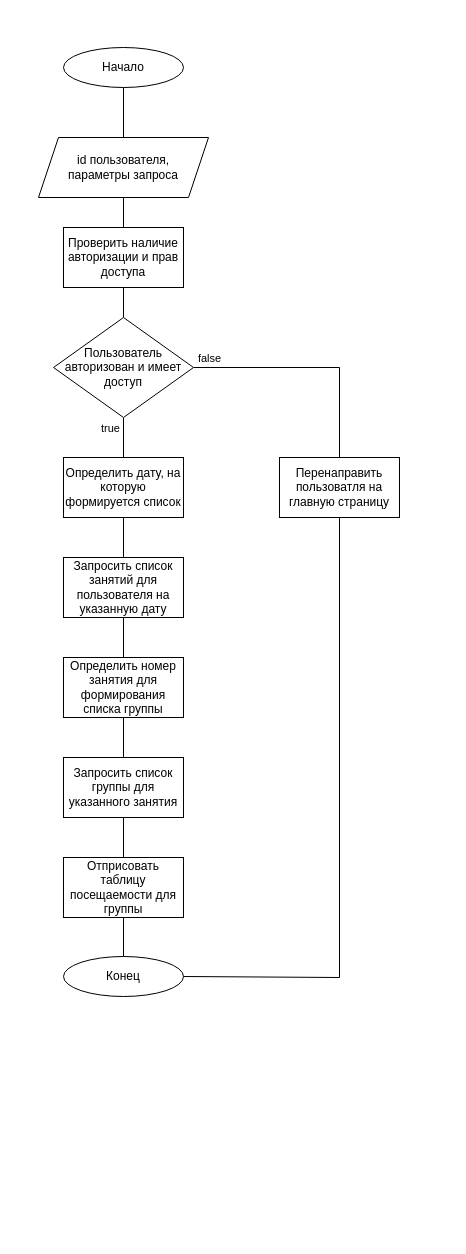
kuskas112/Labs keeps this draw.io diagram as page "index" (1 of 3) of ВКР/drawio/алгоритмы.drawio. Above is the earlier version. Source tidied: cells renumbered, new cells numbered last; positions are measured from the earlier drawing's top-left corner, leaving out a move shared by most shapes. Both pictures are drawn from the tidied source at 100%, with x=0, y=0 at pixel (38, 47).
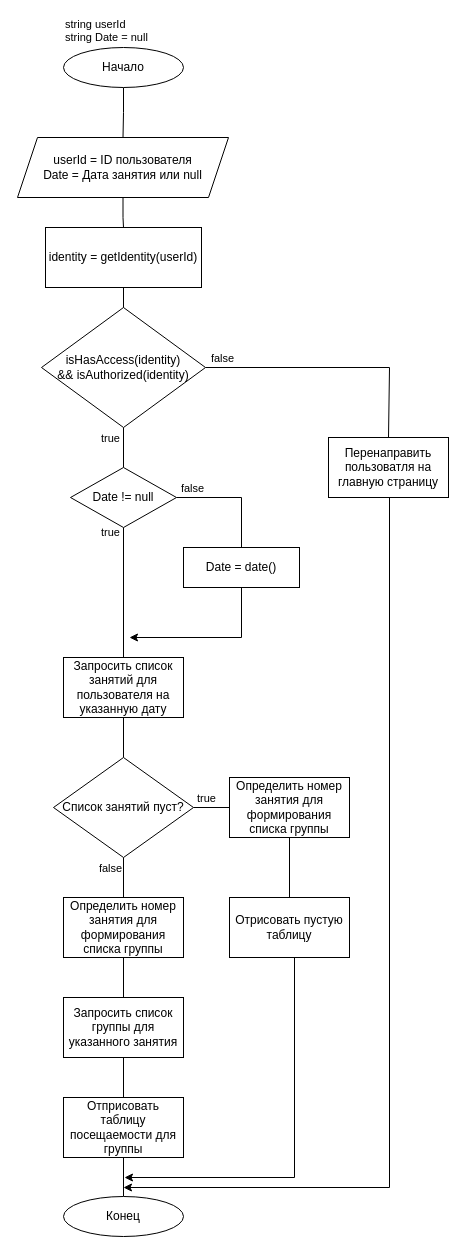
Above is the later version.

What changed in the source:
```diff
@@
-    <mxCell id="5" value="id пользователя,&lt;div&gt;параметры запроса&lt;/div&gt;" style="shape=parallelogram;perimeter=parallelogramPerimeter;whiteSpace=wrap;html=1;fixedSize=1;" parent="1" vertex="1">
-      <mxGeometry y="90" width="170" height="60" as="geometry" />
+    <mxCell id="5" value="userId = ID пользователя&lt;br&gt;Date = Дата занятия или null" style="shape=parallelogram;perimeter=parallelogramPerimeter;whiteSpace=wrap;html=1;fixedSize=1;" parent="1" vertex="1">
+      <mxGeometry x="-21" y="90" width="211" height="60" as="geometry" />
     </mxCell>
@@
-    <mxCell id="7" value="Проверить наличие авторизации и прав доступа" style="rounded=0;whiteSpace=wrap;html=1;" parent="1" vertex="1">
-      <mxGeometry x="25" y="180" width="120" height="60" as="geometry" />
+    <mxCell id="7" value="identity = getIdentity(userId)" style="rounded=0;whiteSpace=wrap;html=1;" parent="1" vertex="1">
+      <mxGeometry x="7" y="180" width="156" height="60" as="geometry" />
     </mxCell>
-    <mxCell id="8" style="edgeStyle=orthogonalEdgeStyle;rounded=0;jettySize=auto;html=1;strokeColor=default;align=center;verticalAlign=middle;fontFamily=Helvetica;fontSize=11;fontColor=default;labelBackgroundColor=default;endArrow=none;endFill=0;" parent="1" edge="1" source="9" target="11">
+    <mxCell id="8" style="edgeStyle=orthogonalEdgeStyle;rounded=0;jettySize=auto;html=1;strokeColor=default;align=center;verticalAlign=middle;fontFamily=Helvetica;fontSize=11;fontColor=default;labelBackgroundColor=default;endArrow=none;endFill=0;" parent="1" edge="1" source="39" target="11">
       <mxGeometry relative="1" as="geometry" />
     </mxCell>
-    <mxCell id="9" value="Определить дату, на которую формируется список" style="rounded=0;whiteSpace=wrap;html=1;" parent="1" vertex="1">
-      <mxGeometry x="25" y="410" width="120" height="60" as="geometry" />
-    </mxCell>
+    <mxCell id="26" value="true" style="edgeLabel;html=1;align=center;verticalAlign=middle;fontFamily=Helvetica;fontSize=11;fontColor=default;labelBackgroundColor=default;" parent="8" vertex="1">
+      <mxGeometry x="-0.74" y="-1" relative="1" as="geometry">
+        <mxPoint x="-13" y="-13" as="offset" />
+      </mxGeometry>
+    </mxCell>
-    <mxCell id="10" style="edgeStyle=orthogonalEdgeStyle;rounded=0;jettySize=auto;html=1;strokeColor=default;align=center;verticalAlign=middle;fontFamily=Helvetica;fontSize=11;fontColor=default;labelBackgroundColor=default;endArrow=none;endFill=0;" parent="1" edge="1" source="11" target="12">
+    <mxCell id="10" style="edgeStyle=orthogonalEdgeStyle;rounded=0;jettySize=auto;html=1;strokeColor=default;align=center;verticalAlign=middle;fontFamily=Helvetica;fontSize=11;fontColor=default;labelBackgroundColor=default;endArrow=none;endFill=0;" parent="1" edge="1" source="31" target="12">
       <mxGeometry relative="1" as="geometry" />
     </mxCell>
+    <mxCell id="27" value="false" style="edgeLabel;html=1;align=center;verticalAlign=middle;" parent="10" vertex="1">
+      <mxGeometry x="-0.1" y="-2" relative="1" as="geometry">
+        <mxPoint x="-12" y="-8" as="offset" />
+      </mxGeometry>
+    </mxCell>
     <mxCell id="11" value="Запросить список занятий для пользователя на указанную дату" style="rounded=0;whiteSpace=wrap;html=1;" parent="1" vertex="1">
-      <mxGeometry x="25" y="510" width="120" height="60" as="geometry" />
+      <mxGeometry x="25" y="610" width="120" height="60" as="geometry" />
     </mxCell>
     <mxCell id="12" value="Определить номер занятия для формирования списка группы" style="rounded=0;whiteSpace=wrap;html=1;" parent="1" vertex="1">
-      <mxGeometry x="25" y="610" width="120" height="60" as="geometry" />
+      <mxGeometry x="25" y="850" width="120" height="60" as="geometry" />
     </mxCell>
@@
     <mxCell id="15" value="Запросить список группы для указанного занятия" style="rounded=0;whiteSpace=wrap;html=1;" parent="1" vertex="1">
-      <mxGeometry x="25" y="710" width="120" height="60" as="geometry" />
+      <mxGeometry x="25" y="950" width="120" height="60" as="geometry" />
     </mxCell>
@@
     <mxCell id="17" value="Отприсовать таблицу посещаемости для группы" style="rounded=0;whiteSpace=wrap;html=1;" parent="1" vertex="1">
-      <mxGeometry x="25" y="810" width="120" height="60" as="geometry" />
+      <mxGeometry x="25" y="1050" width="120" height="60" as="geometry" />
     </mxCell>
-    <mxCell id="18" style="edgeStyle=orthogonalEdgeStyle;rounded=0;jettySize=auto;html=1;endArrow=none;endFill=0;" parent="1" edge="1" source="22" target="9">
+    <mxCell id="18" style="edgeStyle=orthogonalEdgeStyle;rounded=0;jettySize=auto;html=1;endArrow=none;endFill=0;" parent="1" edge="1" source="22" target="39">
       <mxGeometry relative="1" as="geometry" />
     </mxCell>
@@
     <mxCell id="20" style="edgeStyle=orthogonalEdgeStyle;rounded=0;jettySize=auto;html=1;entryX=0.5;entryY=0;entryDx=0;entryDy=0;strokeColor=default;align=center;verticalAlign=middle;fontFamily=Helvetica;fontSize=11;fontColor=default;labelBackgroundColor=default;endArrow=none;endFill=0;" parent="1" edge="1" source="22" target="25">
       <mxGeometry relative="1" as="geometry">
         <Array as="points">
-          <mxPoint x="301" y="320" />
+          <mxPoint x="351" y="320" />
         </Array>
       </mxGeometry>
     </mxCell>
@@
-    <mxCell id="22" value="Пользователь авторизован и имеет доступ" style="rhombus;whiteSpace=wrap;html=1;" parent="1" vertex="1">
-      <mxGeometry x="15" y="270" width="140" height="100" as="geometry" />
+    <mxCell id="22" value="isHasAccess(identity)&lt;br&gt;&amp;amp;&amp;amp; isAuthorized(identity)" style="rhombus;whiteSpace=wrap;html=1;" parent="1" vertex="1">
+      <mxGeometry x="3" y="260" width="164" height="120" as="geometry" />
     </mxCell>
     <mxCell id="23" value="Конец" style="ellipse;whiteSpace=wrap;html=1;" parent="1" vertex="1">
-      <mxGeometry x="25" y="909" width="120" height="40" as="geometry" />
+      <mxGeometry x="25" y="1149" width="120" height="40" as="geometry" />
     </mxCell>
-    <mxCell id="24" style="edgeStyle=orthogonalEdgeStyle;rounded=0;jettySize=auto;html=1;entryX=1;entryY=0.5;entryDx=0;entryDy=0;strokeColor=default;align=center;verticalAlign=middle;fontFamily=Helvetica;fontSize=11;fontColor=default;labelBackgroundColor=default;endArrow=none;endFill=0;" parent="1" edge="1" source="25" target="23">
+    <mxCell id="24" style="edgeStyle=orthogonalEdgeStyle;rounded=0;jettySize=auto;html=1;strokeColor=default;align=center;verticalAlign=middle;fontFamily=Helvetica;fontSize=11;fontColor=default;labelBackgroundColor=default;endArrow=classic;endFill=1;" parent="1" edge="1" source="25">
       <mxGeometry relative="1" as="geometry">
+        <mxPoint x="85" y="1140" as="targetPoint" />
         <Array as="points">
-          <mxPoint x="301" y="930" />
+          <mxPoint x="351" y="1140" />
         </Array>
       </mxGeometry>
     </mxCell>
     <mxCell id="25" value="Перенаправить пользоватля на главную страницу" style="rounded=0;whiteSpace=wrap;html=1;" parent="1" vertex="1">
-      <mxGeometry x="241" y="410" width="120" height="60" as="geometry" />
+      <mxGeometry x="290" y="390" width="120" height="60" as="geometry" />
     </mxCell>
+    <mxCell id="28" style="edgeStyle=orthogonalEdgeStyle;rounded=0;jettySize=auto;html=1;strokeColor=default;align=center;verticalAlign=middle;fontFamily=Helvetica;fontSize=11;fontColor=default;labelBackgroundColor=default;endArrow=none;endFill=0;" parent="1" edge="1" source="11" target="31">
+      <mxGeometry relative="1" as="geometry" />
+    </mxCell>
+    <mxCell id="29" style="edgeStyle=orthogonalEdgeStyle;rounded=0;jettySize=auto;html=1;strokeColor=default;align=center;verticalAlign=middle;fontFamily=Helvetica;fontSize=11;fontColor=default;labelBackgroundColor=default;endArrow=none;endFill=0;" parent="1" edge="1" source="31" target="33">
+      <mxGeometry relative="1" as="geometry" />
+    </mxCell>
+    <mxCell id="30" value="true" style="edgeLabel;html=1;align=center;verticalAlign=middle;fontFamily=Helvetica;fontSize=11;fontColor=default;labelBackgroundColor=default;" parent="29" vertex="1">
+      <mxGeometry x="-0.45" y="-1" relative="1" as="geometry">
+        <mxPoint y="-11" as="offset" />
+      </mxGeometry>
+    </mxCell>
+    <mxCell id="31" value="Список занятий пуст?" style="rhombus;whiteSpace=wrap;html=1;" parent="1" vertex="1">
+      <mxGeometry x="15" y="710" width="140" height="100" as="geometry" />
+    </mxCell>
+    <mxCell id="32" style="edgeStyle=orthogonalEdgeStyle;rounded=0;jettySize=auto;html=1;strokeColor=default;align=center;verticalAlign=middle;fontFamily=Helvetica;fontSize=11;fontColor=default;labelBackgroundColor=default;endArrow=none;endFill=0;" parent="1" edge="1" source="33" target="35">
+      <mxGeometry relative="1" as="geometry" />
+    </mxCell>
+    <mxCell id="33" value="Определить номер занятия для формирования списка группы" style="rounded=0;whiteSpace=wrap;html=1;" parent="1" vertex="1">
+      <mxGeometry x="191" y="730" width="120" height="60" as="geometry" />
+    </mxCell>
+    <mxCell id="34" style="edgeStyle=orthogonalEdgeStyle;rounded=0;orthogonalLoop=1;jettySize=auto;html=1;strokeColor=default;align=center;verticalAlign=middle;fontFamily=Helvetica;fontSize=11;fontColor=default;labelBackgroundColor=default;endArrow=classic;endFill=1;" parent="1" edge="1">
+      <mxGeometry relative="1" as="geometry">
+        <mxPoint x="256" y="910" as="sourcePoint" />
+        <mxPoint x="86" y="1130" as="targetPoint" />
+        <Array as="points">
+          <mxPoint x="256" y="1130" />
+        </Array>
+      </mxGeometry>
+    </mxCell>
+    <mxCell id="35" value="Отрисовать пустую таблицу" style="rounded=0;whiteSpace=wrap;html=1;" parent="1" vertex="1">
+      <mxGeometry x="191" y="850" width="120" height="60" as="geometry" />
+    </mxCell>
+    <mxCell id="36" value="string userId&lt;br&gt;string Date = null&lt;div&gt;&lt;br&gt;&lt;/div&gt;" style="text;html=1;align=left;verticalAlign=middle;whiteSpace=wrap;rounded=0;fontFamily=Helvetica;fontSize=11;fontColor=default;labelBackgroundColor=none;" parent="1" vertex="1">
+      <mxGeometry x="25" y="-30" width="210" height="40" as="geometry" />
+    </mxCell>
+    <mxCell id="37" style="edgeStyle=orthogonalEdgeStyle;rounded=0;jettySize=auto;html=1;strokeColor=default;align=center;verticalAlign=middle;fontFamily=Helvetica;fontSize=11;fontColor=default;labelBackgroundColor=default;endArrow=none;endFill=0;" parent="1" edge="1" source="39" target="41">
+      <mxGeometry relative="1" as="geometry" />
+    </mxCell>
+    <mxCell id="38" value="false" style="edgeLabel;html=1;align=center;verticalAlign=middle;fontFamily=Helvetica;fontSize=11;fontColor=default;labelBackgroundColor=default;" parent="37" vertex="1">
+      <mxGeometry x="-0.78" y="2" relative="1" as="geometry">
+        <mxPoint x="2" y="-8" as="offset" />
+      </mxGeometry>
+    </mxCell>
+    <mxCell id="39" value="Date != null" style="rhombus;whiteSpace=wrap;html=1;" parent="1" vertex="1">
+      <mxGeometry x="32" y="420" width="106" height="60" as="geometry" />
+    </mxCell>
+    <mxCell id="40" style="edgeStyle=orthogonalEdgeStyle;rounded=0;jettySize=auto;html=1;strokeColor=default;align=center;verticalAlign=middle;fontFamily=Helvetica;fontSize=11;fontColor=default;labelBackgroundColor=default;endArrow=classic;endFill=1;" parent="1" edge="1" source="41">
+      <mxGeometry relative="1" as="geometry">
+        <mxPoint x="91" y="590" as="targetPoint" />
+        <Array as="points">
+          <mxPoint x="203" y="590" />
+          <mxPoint x="91" y="590" />
+        </Array>
+      </mxGeometry>
+    </mxCell>
+    <mxCell id="41" value="Date = date()" style="rounded=0;whiteSpace=wrap;html=1;" parent="1" vertex="1">
+      <mxGeometry x="145" y="500" width="116" height="40" as="geometry" />
+    </mxCell>
```
